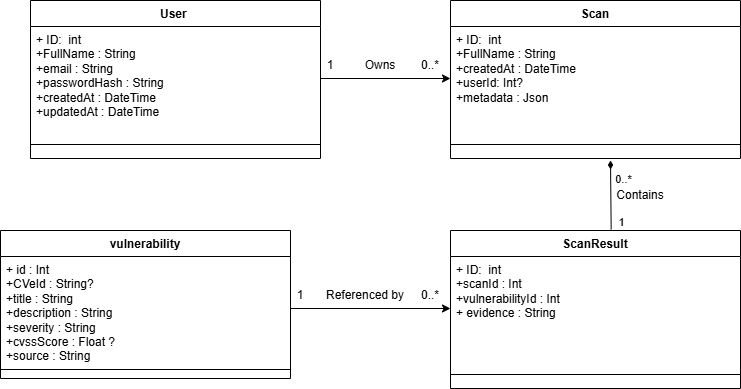
Before: uploads/diagrams/sprint 2 classe diagram.drawio.png, a diagram exported from draw.io (guizanimohamed23/report). Source tidied: cells renumbered, new cells last; positions are measured from the earlier drawing's top-left corner, leaving out a move shared by most shapes.
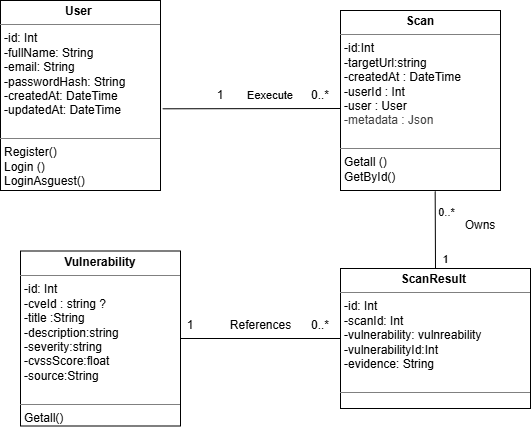
The same file after the commit.

Change to the diagram source:
```diff
@@ -2,57 +2,23 @@
   <root>
     <mxCell id="0" />
     <mxCell id="1" parent="0" />
-    <mxCell id="2" value="User&amp;nbsp;" style="swimlane;fontStyle=1;align=center;verticalAlign=top;horizontal=1;startSize=26;whiteSpace=wrap;html=1;" parent="1" vertex="1">
-      <mxGeometry x="30" width="290" height="158" as="geometry" />
-    </mxCell>
-    <mxCell id="3" value="+ ID:&amp;nbsp; int&lt;div&gt;+FullName : String&amp;nbsp;&lt;/div&gt;&lt;div&gt;+email : String&lt;/div&gt;&lt;div&gt;+passwordHash : String&lt;/div&gt;&lt;div&gt;+createdAt : DateTime&lt;/div&gt;&lt;div&gt;+updatedAt : DateTime&lt;/div&gt;&lt;div&gt;&lt;br&gt;&lt;/div&gt;" style="text;strokeColor=none;fillColor=none;align=left;verticalAlign=top;spacingLeft=4;spacingRight=4;overflow=hidden;points=[[0,0.5],[1,0.5]];portConstraint=eastwest;whiteSpace=wrap;html=1;" parent="2" vertex="1">
-      <mxGeometry y="26" width="290" height="104" as="geometry" />
-    </mxCell>
-    <mxCell id="4" style="line;strokeWidth=1;fillColor=none;align=left;verticalAlign=middle;spacingTop=-1;spacingLeft=3;spacingRight=3;labelPosition=right;strokeColor=inherit;" parent="2" vertex="1">
-      <mxGeometry y="130" width="290" height="28" as="geometry" />
-    </mxCell>
-    <mxCell id="5" value="Scan" style="swimlane;fontStyle=1;align=center;verticalAlign=top;horizontal=1;startSize=26;whiteSpace=wrap;html=1;" parent="1" vertex="1">
-      <mxGeometry x="450" width="290" height="158" as="geometry" />
-    </mxCell>
-    <mxCell id="6" value="+ ID:&amp;nbsp; int&lt;div&gt;+FullName : String&amp;nbsp;&lt;/div&gt;&lt;div&gt;+createdAt : DateTime&lt;/div&gt;&lt;div&gt;+userId: Int?&lt;/div&gt;&lt;div&gt;+metadata : Json&lt;/div&gt;&lt;div&gt;&lt;br&gt;&lt;/div&gt;" style="text;strokeColor=none;fillColor=none;align=left;verticalAlign=top;spacingLeft=4;spacingRight=4;overflow=hidden;points=[[0,0.5],[1,0.5]];portConstraint=eastwest;whiteSpace=wrap;html=1;" parent="5" vertex="1">
-      <mxGeometry y="26" width="290" height="104" as="geometry" />
-    </mxCell>
-    <mxCell id="7" style="line;strokeWidth=1;fillColor=none;align=left;verticalAlign=middle;spacingTop=-1;spacingLeft=3;spacingRight=3;labelPosition=right;strokeColor=inherit;" parent="5" vertex="1">
-      <mxGeometry y="130" width="290" height="28" as="geometry" />
-    </mxCell>
-    <mxCell id="8" value="ScanResult" style="swimlane;fontStyle=1;align=center;verticalAlign=top;horizontal=1;startSize=26;whiteSpace=wrap;html=1;" parent="1" vertex="1">
-      <mxGeometry x="450" y="230" width="290" height="158" as="geometry" />
-    </mxCell>
-    <mxCell id="9" value="+ ID:&amp;nbsp; int&lt;div&gt;+scanId : Int&lt;/div&gt;&lt;div&gt;+vulnerabilityId : Int&lt;/div&gt;&lt;div&gt;+ evidence : String&lt;/div&gt;&lt;div&gt;&lt;br&gt;&lt;/div&gt;" style="text;strokeColor=none;fillColor=none;align=left;verticalAlign=top;spacingLeft=4;spacingRight=4;overflow=hidden;points=[[0,0.5],[1,0.5]];portConstraint=eastwest;whiteSpace=wrap;html=1;" parent="8" vertex="1">
-      <mxGeometry y="26" width="290" height="104" as="geometry" />
-    </mxCell>
-    <mxCell id="10" style="line;strokeWidth=1;fillColor=none;align=left;verticalAlign=middle;spacingTop=-1;spacingLeft=3;spacingRight=3;labelPosition=right;strokeColor=inherit;" parent="8" vertex="1">
-      <mxGeometry y="130" width="290" height="28" as="geometry" />
-    </mxCell>
-    <mxCell id="11" value="vulnerability" style="swimlane;fontStyle=1;align=center;verticalAlign=top;horizontal=1;startSize=26;whiteSpace=wrap;html=1;" parent="1" vertex="1">
-      <mxGeometry y="230" width="290" height="148" as="geometry" />
-    </mxCell>
-    <mxCell id="12" value="+ id : Int&lt;div&gt;+CVeId : String?&lt;/div&gt;&lt;div&gt;+title : String&lt;/div&gt;&lt;div&gt;+description : String&lt;/div&gt;&lt;div&gt;+severity : String&lt;/div&gt;&lt;div&gt;+cvssScore : Float ?&lt;/div&gt;&lt;div&gt;+source : String&amp;nbsp;&lt;br&gt;&lt;div&gt;&lt;br&gt;&lt;/div&gt;&lt;/div&gt;" style="text;strokeColor=none;fillColor=none;align=left;verticalAlign=top;spacingLeft=4;spacingRight=4;overflow=hidden;points=[[0,0.5],[1,0.5]];portConstraint=eastwest;whiteSpace=wrap;html=1;" parent="11" vertex="1">
-      <mxGeometry y="26" width="290" height="104" as="geometry" />
-    </mxCell>
-    <mxCell id="13" style="line;strokeWidth=1;fillColor=none;align=left;verticalAlign=middle;spacingTop=-1;spacingLeft=3;spacingRight=3;labelPosition=right;strokeColor=inherit;" parent="11" vertex="1">
-      <mxGeometry y="130" width="290" height="18" as="geometry" />
-    </mxCell>
-    <mxCell id="14" style="endArrow=classic;html=1;rounded=0;exitX=1;exitY=0.5;exitDx=0;exitDy=0;entryX=0;entryY=0.5;entryDx=0;entryDy=0;" parent="1" edge="1" source="3" target="6">
-      <mxGeometry relative="1" as="geometry" />
+    <mxCell id="14" style="endArrow=none;html=1;rounded=0;exitX=1.014;exitY=0.57;exitDx=0;exitDy=0;entryX=0;entryY=0.5;entryDx=0;entryDy=0;endFill=0;exitPerimeter=0;" parent="1" edge="1" source="26">
+      <mxGeometry relative="1" as="geometry">
+        <mxPoint x="450" y="78" as="targetPoint" />
+      </mxGeometry>
     </mxCell>
     <mxCell id="15" value="1" style="text;html=1;whiteSpace=wrap;strokeColor=none;fillColor=none;align=center;verticalAlign=middle;rounded=0;" parent="1" vertex="1">
-      <mxGeometry x="300" y="50" width="60" height="30" as="geometry" />
+      <mxGeometry x="300" y="55" width="60" height="20" as="geometry" />
     </mxCell>
     <mxCell id="16" value="0..*" style="text;html=1;whiteSpace=wrap;strokeColor=none;fillColor=none;align=center;verticalAlign=middle;rounded=0;" parent="1" vertex="1">
       <mxGeometry x="400" y="50" width="60" height="30" as="geometry" />
     </mxCell>
-    <mxCell id="17" value="Owns" style="text;html=1;whiteSpace=wrap;strokeColor=none;fillColor=none;align=center;verticalAlign=middle;rounded=0;" parent="1" vertex="1">
+    <mxCell id="17" value="&lt;span style=&quot;color: rgb(0, 0, 0); font-size: 11px; text-wrap-mode: nowrap; background-color: rgb(255, 255, 255);&quot;&gt;Eexecute&lt;/span&gt;" style="text;html=1;whiteSpace=wrap;strokeColor=none;fillColor=none;align=center;verticalAlign=middle;rounded=0;" parent="1" vertex="1">
       <mxGeometry x="350" y="50" width="60" height="30" as="geometry" />
     </mxCell>
-    <mxCell id="18" style="endArrow=diamondThin;html=1;rounded=0;endFill=1;exitX=0.554;exitY=-0.006;exitDx=0;exitDy=0;exitPerimeter=0;" parent="1" edge="1" source="8">
+    <mxCell id="18" style="endArrow=none;html=1;rounded=0;endFill=0;exitX=0.5;exitY=0;exitDx=0;exitDy=0;" parent="1" edge="1" source="28">
       <mxGeometry relative="1" as="geometry">
-        <mxPoint x="610" y="160" as="targetPoint" />
+        <mxPoint x="544.7" y="160.9" as="targetPoint" />
       </mxGeometry>
     </mxCell>
     <mxCell id="19" value="1" style="edgeLabel;html=1;align=center;verticalAlign=middle;" parent="18" vertex="1">
@@ -65,20 +31,35 @@
         <mxPoint x="11" as="offset" />
       </mxGeometry>
     </mxCell>
-    <mxCell id="21" value="Contains" style="text;html=1;whiteSpace=wrap;strokeColor=none;fillColor=none;align=center;verticalAlign=middle;rounded=0;" parent="1" vertex="1">
-      <mxGeometry x="610" y="180" width="60" height="30" as="geometry" />
+    <mxCell id="21" value="Owns" style="text;html=1;whiteSpace=wrap;strokeColor=none;fillColor=none;align=center;verticalAlign=middle;rounded=0;" parent="1" vertex="1">
+      <mxGeometry x="560" y="180" width="60" height="30" as="geometry" />
     </mxCell>
-    <mxCell id="22" style="endArrow=classic;html=1;rounded=0;exitX=1;exitY=0.5;exitDx=0;exitDy=0;entryX=0;entryY=0.5;entryDx=0;entryDy=0;" parent="1" edge="1" source="12" target="9">
-      <mxGeometry relative="1" as="geometry" />
+    <mxCell id="22" style="endArrow=none;html=1;rounded=0;exitX=1;exitY=0.5;exitDx=0;exitDy=0;entryX=0;entryY=0.5;entryDx=0;entryDy=0;endFill=0;" parent="1" edge="1">
+      <mxGeometry relative="1" as="geometry">
+        <mxPoint x="290" y="308" as="sourcePoint" />
+        <mxPoint x="450" y="308" as="targetPoint" />
+      </mxGeometry>
     </mxCell>
-    <mxCell id="23" value="Referenced by" style="text;html=1;whiteSpace=wrap;strokeColor=none;fillColor=none;align=center;verticalAlign=middle;rounded=0;" parent="1" vertex="1">
-      <mxGeometry x="320" y="280" width="90" height="30" as="geometry" />
-    </mxCell>
     <mxCell id="24" value="1" style="text;html=1;whiteSpace=wrap;strokeColor=none;fillColor=none;align=center;verticalAlign=middle;rounded=0;" parent="1" vertex="1">
       <mxGeometry x="270" y="280" width="60" height="30" as="geometry" />
     </mxCell>
     <mxCell id="25" value="0..*" style="text;html=1;whiteSpace=wrap;strokeColor=none;fillColor=none;align=center;verticalAlign=middle;rounded=0;" parent="1" vertex="1">
       <mxGeometry x="400" y="280" width="60" height="30" as="geometry" />
     </mxCell>
+    <mxCell id="26" value="&lt;p style=&quot;margin:0px;margin-top:4px;text-align:center;&quot;&gt;&lt;b&gt;User&amp;nbsp;&lt;/b&gt;&lt;/p&gt;&lt;hr size=&quot;1&quot; style=&quot;border-style:solid;&quot;&gt;&lt;p style=&quot;margin:0px;margin-left:4px;&quot;&gt;-id: Int&lt;/p&gt;&lt;p style=&quot;margin:0px;margin-left:4px;&quot;&gt;-fullName: String&lt;/p&gt;&lt;p style=&quot;margin:0px;margin-left:4px;&quot;&gt;-email: String&lt;/p&gt;&lt;p style=&quot;margin:0px;margin-left:4px;&quot;&gt;-passwordHash: String&lt;/p&gt;&lt;p style=&quot;margin:0px;margin-left:4px;&quot;&gt;-createdAt: DateTime&lt;/p&gt;&lt;p style=&quot;margin:0px;margin-left:4px;&quot;&gt;-updatedAt: DateTime&lt;/p&gt;&lt;p style=&quot;margin:0px;margin-left:4px;&quot;&gt;&lt;br&gt;&lt;/p&gt;&lt;hr size=&quot;1&quot; style=&quot;border-style:solid;&quot;&gt;&lt;p style=&quot;margin:0px;margin-left:4px;&quot;&gt;Register()&lt;/p&gt;&lt;p style=&quot;margin:0px;margin-left:4px;&quot;&gt;Login ()&lt;/p&gt;&lt;p style=&quot;margin:0px;margin-left:4px;&quot;&gt;LoginAsguest()&lt;br&gt;&lt;br&gt;&lt;/p&gt;" style="verticalAlign=top;align=left;overflow=fill;html=1;whiteSpace=wrap;" parent="1" vertex="1">
+      <mxGeometry x="110" y="-30" width="160" height="190" as="geometry" />
+    </mxCell>
+    <mxCell id="27" value="&lt;p style=&quot;margin:0px;margin-top:4px;text-align:center;&quot;&gt;&lt;b&gt;Scan&lt;/b&gt;&lt;/p&gt;&lt;hr size=&quot;1&quot; style=&quot;border-style:solid;&quot;&gt;&lt;p style=&quot;margin:0px;margin-left:4px;&quot;&gt;-id:Int&lt;/p&gt;&lt;p style=&quot;margin:0px;margin-left:4px;&quot;&gt;-targetUrl:string&amp;nbsp;&lt;/p&gt;&lt;p style=&quot;margin:0px;margin-left:4px;&quot;&gt;-createdAt : DateTime&lt;/p&gt;&lt;p style=&quot;margin:0px;margin-left:4px;&quot;&gt;&lt;span style=&quot;background-color: transparent;&quot;&gt;&lt;font color=&quot;#000000&quot;&gt;-&lt;/font&gt;userId :&lt;/span&gt;&lt;span style=&quot;background-color: transparent; color: light-dark(rgb(0, 0, 0), rgb(255, 255, 255));&quot;&gt;&amp;nbsp;&lt;/span&gt;&lt;span style=&quot;background-color: transparent;&quot;&gt;Int&lt;/span&gt;&lt;/p&gt;&lt;p style=&quot;margin:0px;margin-left:4px;&quot;&gt;-user :&amp;nbsp;User&lt;/p&gt;&lt;p style=&quot;margin:0px;margin-left:4px;&quot;&gt;&lt;span style=&quot;color: rgb(63, 63, 63); background-color: transparent;&quot;&gt;-metadata :&amp;nbsp;Json&amp;nbsp;&lt;/span&gt;&lt;/p&gt;&lt;p style=&quot;margin:0px;margin-left:4px;&quot;&gt;&lt;br&gt;&lt;/p&gt;&lt;hr size=&quot;1&quot; style=&quot;border-style:solid;&quot;&gt;&lt;p style=&quot;margin:0px;margin-left:4px;&quot;&gt;Getall ()&lt;/p&gt;&lt;p style=&quot;margin:0px;margin-left:4px;&quot;&gt;GetById()&lt;br&gt;&lt;br&gt;&lt;/p&gt;" style="verticalAlign=top;align=left;overflow=fill;html=1;whiteSpace=wrap;" parent="1" vertex="1">
+      <mxGeometry x="450" y="-20" width="160" height="180" as="geometry" />
+    </mxCell>
+    <mxCell id="28" value="&lt;p style=&quot;margin:0px;margin-top:4px;text-align:center;&quot;&gt;&lt;b&gt;ScanResult&amp;nbsp;&lt;/b&gt;&lt;/p&gt;&lt;hr size=&quot;1&quot; style=&quot;border-style:solid;&quot;&gt;&lt;p style=&quot;margin:0px;margin-left:4px;&quot;&gt;-id: Int&lt;/p&gt;&lt;p style=&quot;margin:0px;margin-left:4px;&quot;&gt;-scanId: Int&lt;/p&gt;&lt;p style=&quot;margin:0px;margin-left:4px;&quot;&gt;-vulnerability: vulnreability&lt;/p&gt;&lt;p style=&quot;margin:0px;margin-left:4px;&quot;&gt;&lt;span style=&quot;background-color: transparent;&quot;&gt;-&lt;/span&gt;&lt;span style=&quot;background-color: transparent; color: light-dark(rgb(0, 0, 0), rgb(255, 255, 255));&quot;&gt;vulnerabilityId:Int&lt;/span&gt;&lt;/p&gt;&lt;p style=&quot;margin:0px;margin-left:4px;&quot;&gt;-evidence: String&lt;/p&gt;&lt;p style=&quot;margin:0px;margin-left:4px;&quot;&gt;&amp;nbsp;&lt;/p&gt;&lt;hr size=&quot;1&quot; style=&quot;border-style:solid;&quot;&gt;&lt;p style=&quot;margin:0px;margin-left:4px;&quot;&gt;&lt;br&gt;&lt;/p&gt;" style="verticalAlign=top;align=left;overflow=fill;html=1;whiteSpace=wrap;" parent="1" vertex="1">
+      <mxGeometry x="450" y="238" width="190" height="140" as="geometry" />
+    </mxCell>
+    <mxCell id="29" value="&lt;p style=&quot;margin:0px;margin-top:4px;text-align:center;&quot;&gt;&lt;b&gt;Vulnerability&lt;/b&gt;&lt;/p&gt;&lt;hr size=&quot;1&quot; style=&quot;border-style:solid;&quot;&gt;&lt;p style=&quot;margin:0px;margin-left:4px;&quot;&gt;-id: Int&lt;/p&gt;&lt;p style=&quot;margin:0px;margin-left:4px;&quot;&gt;-cveId : string ?&lt;/p&gt;&lt;p style=&quot;margin:0px;margin-left:4px;&quot;&gt;-title :String&lt;/p&gt;&lt;p style=&quot;margin:0px;margin-left:4px;&quot;&gt;-description:string&lt;/p&gt;&lt;p style=&quot;margin:0px;margin-left:4px;&quot;&gt;-severity:string&lt;/p&gt;&lt;p style=&quot;margin:0px;margin-left:4px;&quot;&gt;-cvssScore:float&amp;nbsp;&lt;/p&gt;&lt;p style=&quot;margin:0px;margin-left:4px;&quot;&gt;-source:String&amp;nbsp;&lt;/p&gt;&lt;p style=&quot;margin:0px;margin-left:4px;&quot;&gt;&lt;br&gt;&lt;/p&gt;&lt;hr size=&quot;1&quot; style=&quot;border-style:solid;&quot;&gt;&lt;p style=&quot;margin:0px;margin-left:4px;&quot;&gt;Getall()&lt;/p&gt;" style="verticalAlign=top;align=left;overflow=fill;html=1;whiteSpace=wrap;" parent="1" vertex="1">
+      <mxGeometry x="130" y="220.5" width="160" height="175" as="geometry" />
+    </mxCell>
+    <mxCell id="30" value="References" style="text;html=1;align=center;verticalAlign=middle;strokeColor=none;fillColor=none;" parent="1" vertex="1">
+      <mxGeometry x="330" y="280" width="80" height="30" as="geometry" />
+    </mxCell>
   </root>
 </mxGraphModel>
```
